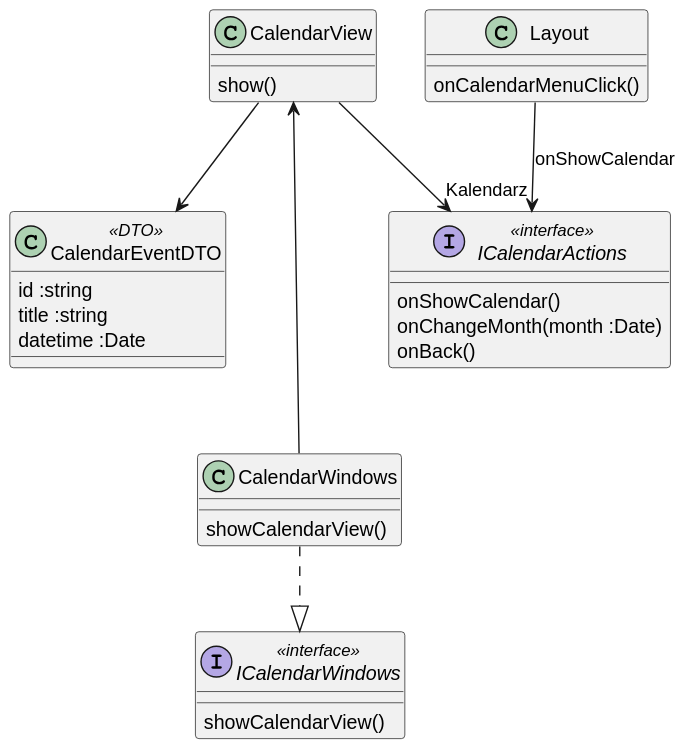
Above: diagrams/frontend/rendered/calendar-view.svg in Igor-Ochocki/POP-2026Z (PlantUML), before the change.
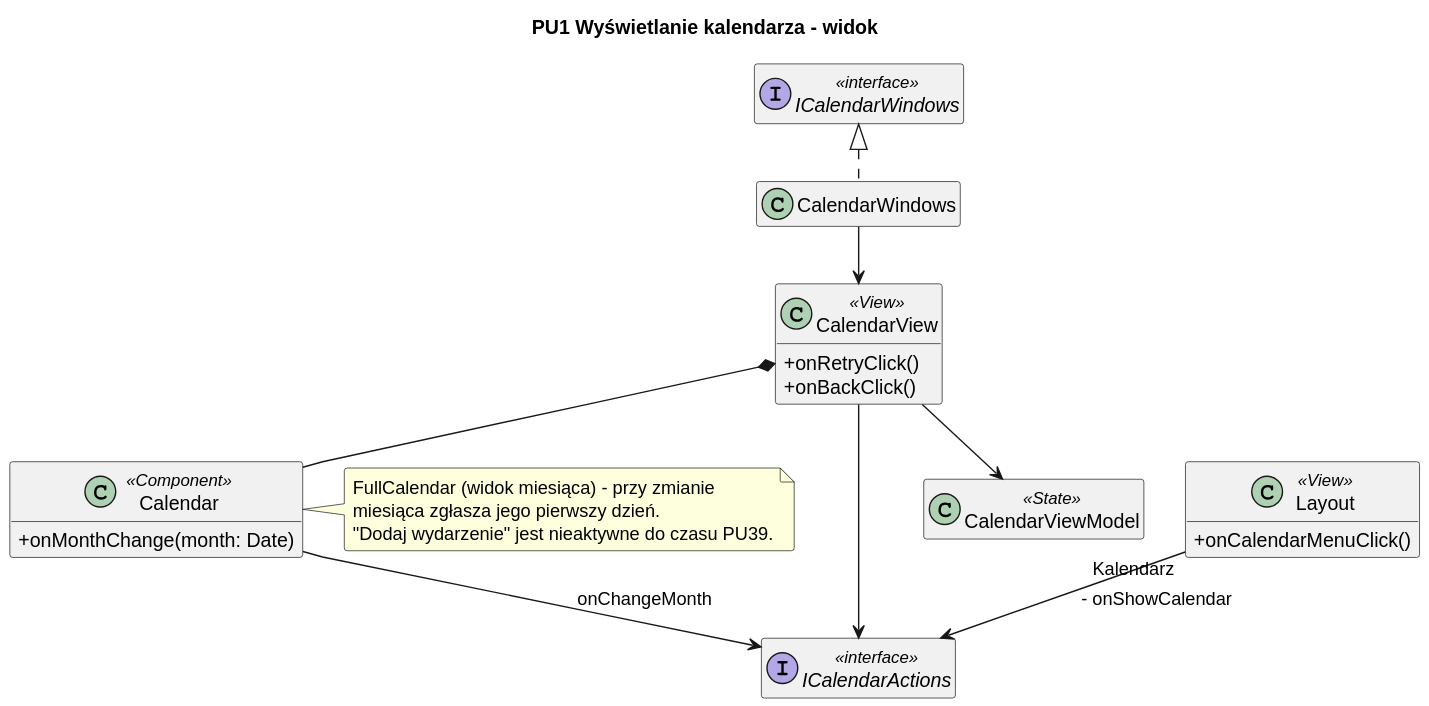
Later version of the same file.

The edit, as a diff of the source:
```diff
@@ -1,38 +1,45 @@
 @startuml
-class CalendarView {
-show()
+skinparam classAttributeIconSize 0
+skinparam packageStyle rectangle
+skinparam shadowing false
+skinparam roundcorner 4
+skinparam linetype polyline
+skinparam nodesep 30
+skinparam ranksep 40
+hide empty members
+
+title PU1 Wyświetlanie kalendarza - widok
+
+class Layout <<View>> {
+    + onCalendarMenuClick()
 }
 
-interface ICalendarActions <<interface>> {
-onShowCalendar()
-onChangeMonth(month :Date)
-onBack()
+class CalendarView <<View>> {
+    + onRetryClick()
+    + onBackClick()
 }
 
-ICalendarActions <-u- CalendarView
-
-class Layout {
-onCalendarMenuClick()
+class Calendar <<Component>> {
+    + onMonthChange(month: Date)
 }
 
-ICalendarActions <-u- Layout : "Kalendarz" (onShowCalendar)
+class CalendarWindows
+interface ICalendarWindows <<interface>>
+interface ICalendarActions <<interface>>
+class CalendarViewModel <<State>>
 
-CalendarView --> CalendarEventDTO
+CalendarWindows .u.|> ICalendarWindows
+CalendarWindows --> CalendarView
 
-class CalendarEventDTO <<DTO>> {
-id :string
-title :string
-datetime :Date
-}
+Layout --> ICalendarActions : "Kalendarz" - onShowCalendar
+CalendarView *-- Calendar
+CalendarView --> ICalendarActions
+CalendarView --> CalendarViewModel
+Calendar --> ICalendarActions : onChangeMonth
 
-interface ICalendarWindows <<interface>> {
-showCalendarView()
-}
-
-class CalendarWindows {
-showCalendarView()
-}
-
-CalendarWindows .d.|> ICalendarWindows
-CalendarWindows --u-> CalendarView
+note right of Calendar
+    FullCalendar (widok miesiąca) - przy zmianie
+    miesiąca zgłasza jego pierwszy dzień.
+    "Dodaj wydarzenie" jest nieaktywne do czasu PU39.
+end note
 @enduml
```
